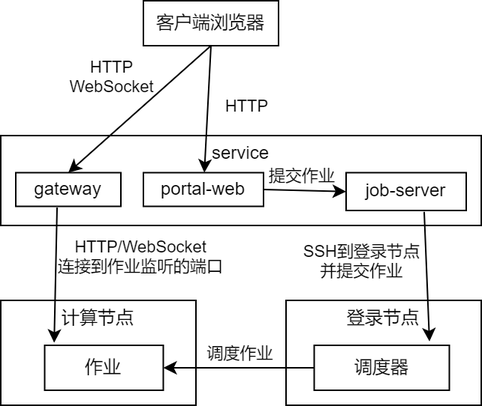
PKUHPC/OpenSCOW keeps this draw.io diagram as docs/diagrams/app.png. Above is the earlier version. Source tidied: cells renumbered, new cells last; positions are measured from the earlier drawing's top-left corner, leaving out a move shared by most shapes.
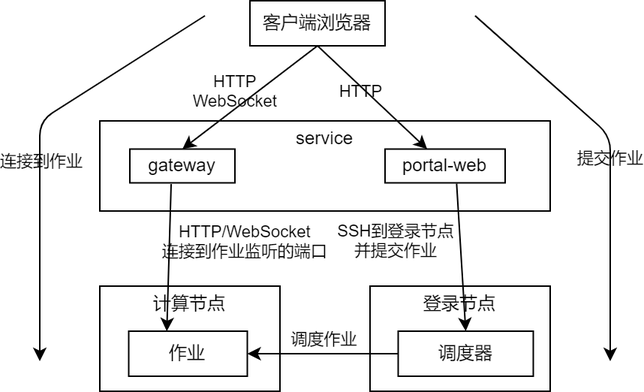
Above is the later version.

What changed in the source:
```diff
@@ -3,45 +3,37 @@
     <mxCell id="0" />
     <mxCell id="1" parent="0" />
     <mxCell id="2" value="service" style="rounded=0;whiteSpace=wrap;fillColor=none;verticalAlign=top;spacing=0;labelBackgroundColor=none;" parent="1" vertex="1">
-      <mxGeometry y="90" width="320" height="60" as="geometry" />
+      <mxGeometry x="10" y="90" width="300" height="60" as="geometry" />
     </mxCell>
     <mxCell id="3" value="登录节点" style="rounded=0;whiteSpace=wrap;fillColor=none;verticalAlign=top;spacing=0;labelBackgroundColor=none;" parent="1" vertex="1">
-      <mxGeometry x="190" y="200" width="130" height="70" as="geometry" />
+      <mxGeometry x="190" y="200" width="120" height="70" as="geometry" />
     </mxCell>
     <mxCell id="4" style="edgeStyle=none;exitX=0.5;exitY=1;exitDx=0;exitDy=0;entryX=0.5;entryY=0;entryDx=0;entryDy=0;spacing=0;labelBackgroundColor=none;" parent="1" edge="1" source="7" target="21">
       <mxGeometry relative="1" as="geometry" />
     </mxCell>
     <mxCell id="5" value="HTTP&#10;WebSocket" style="edgeLabel;align=center;verticalAlign=middle;spacing=0;labelBackgroundColor=none;" parent="4" vertex="1">
       <mxGeometry x="-0.21" y="-2" relative="1" as="geometry">
-        <mxPoint x="-27" y="-12" as="offset" />
+        <mxPoint x="-18" y="4" as="offset" />
       </mxGeometry>
     </mxCell>
     <mxCell id="6" style="edgeStyle=none;exitX=0.5;exitY=1;exitDx=0;exitDy=0;spacing=0;labelBackgroundColor=none;" parent="1" edge="1" source="7" target="12">
       <mxGeometry relative="1" as="geometry" />
     </mxCell>
     <mxCell id="7" value="客户端浏览器" style="whiteSpace=wrap;fillColor=none;spacing=0;labelBackgroundColor=none;" parent="1" vertex="1">
-      <mxGeometry x="95" width="90" height="30" as="geometry" />
+      <mxGeometry x="110" y="10" width="90" height="30" as="geometry" />
     </mxCell>
-    <mxCell id="8" style="edgeStyle=none;exitX=1;exitY=0.5;exitDx=0;exitDy=0;entryX=0;entryY=0.5;entryDx=0;entryDy=0;spacing=0;labelBackgroundColor=none;" parent="1" edge="1" source="12" target="15">
-      <mxGeometry relative="1" as="geometry" />
-    </mxCell>
-    <mxCell id="9" value="提交作业" style="edgeLabel;align=center;verticalAlign=middle;spacing=0;labelBackgroundColor=none;" parent="8" vertex="1">
-      <mxGeometry x="-0.39" relative="1" as="geometry">
-        <mxPoint x="9" y="-10" as="offset" />
-      </mxGeometry>
-    </mxCell>
-    <mxCell id="10" style="edgeStyle=none;exitX=0.393;exitY=1.035;exitDx=0;exitDy=0;startArrow=none;entryX=0.08;entryY=-0.058;entryDx=0;entryDy=0;entryPerimeter=0;spacing=0;labelBackgroundColor=none;exitPerimeter=0;" parent="1" edge="1" source="21" target="20">
+    <mxCell id="10" style="edgeStyle=none;exitX=0.393;exitY=1.035;exitDx=0;exitDy=0;startArrow=none;entryX=0.321;entryY=0.002;entryDx=0;entryDy=0;entryPerimeter=0;spacing=0;labelBackgroundColor=none;exitPerimeter=0;" parent="1" edge="1" source="21" target="20">
       <mxGeometry relative="1" as="geometry" />
     </mxCell>
     <mxCell id="11" value="HTTP/WebSocket&#10;连接到作业监听的端口" style="edgeLabel;align=center;verticalAlign=middle;spacing=0;labelBackgroundColor=none;" parent="10" vertex="1">
       <mxGeometry x="0.25" y="-2" relative="1" as="geometry">
-        <mxPoint x="59" y="-24" as="offset" />
+        <mxPoint x="53" y="-24" as="offset" />
       </mxGeometry>
     </mxCell>
     <mxCell id="12" value="portal-web" style="rounded=0;whiteSpace=wrap;fillColor=none;spacing=0;labelBackgroundColor=none;" parent="1" vertex="1">
-      <mxGeometry x="95" y="114.8" width="80" height="22.5" as="geometry" />
+      <mxGeometry x="200" y="108.8" width="80" height="22.5" as="geometry" />
     </mxCell>
-    <mxCell id="13" style="edgeStyle=none;exitX=0.65;exitY=1.036;exitDx=0;exitDy=0;entryX=0.853;entryY=-0.087;entryDx=0;entryDy=0;exitPerimeter=0;entryPerimeter=0;spacing=0;labelBackgroundColor=none;" parent="1" edge="1" source="15" target="16">
+    <mxCell id="13" style="edgeStyle=none;exitX=0.596;exitY=1.024;exitDx=0;exitDy=0;entryX=0.5;entryY=0;entryDx=0;entryDy=0;exitPerimeter=0;spacing=0;labelBackgroundColor=none;" parent="1" edge="1" source="12" target="16">
       <mxGeometry relative="1" as="geometry" />
     </mxCell>
     <mxCell id="14" value="SSH到登录节点&#10;并提交作业" style="edgeLabel;align=center;verticalAlign=middle;spacing=0;labelBackgroundColor=none;" parent="13" vertex="1">
@@ -49,14 +41,11 @@
         <mxPoint x="-41" y="-4" as="offset" />
       </mxGeometry>
     </mxCell>
-    <mxCell id="15" value="job-server" style="rounded=0;whiteSpace=wrap;fillColor=none;spacing=0;labelBackgroundColor=none;" parent="1" vertex="1">
-      <mxGeometry x="230" y="114.8" width="80" height="25.2" as="geometry" />
-    </mxCell>
     <mxCell id="16" value="调度器" style="rounded=0;whiteSpace=wrap;spacing=0;labelBackgroundColor=none;fillColor=none;" parent="1" vertex="1">
       <mxGeometry x="208.8" y="230" width="90" height="30" as="geometry" />
     </mxCell>
     <mxCell id="17" value="计算节点" style="rounded=0;whiteSpace=wrap;fillColor=none;verticalAlign=top;spacing=0;labelBackgroundColor=none;" parent="1" vertex="1">
-      <mxGeometry y="200" width="130" height="70" as="geometry" />
+      <mxGeometry x="10" y="200" width="120" height="70" as="geometry" />
     </mxCell>
     <mxCell id="18" style="edgeStyle=none;exitX=0;exitY=0.5;exitDx=0;exitDy=0;entryX=1;entryY=0.5;entryDx=0;entryDy=0;spacing=0;labelBackgroundColor=none;" parent="1" edge="1" source="16" target="20">
       <mxGeometry relative="1" as="geometry" />
@@ -70,12 +59,36 @@
       <mxGeometry x="29.2" y="230" width="79" height="30" as="geometry" />
     </mxCell>
     <mxCell id="21" value="gateway" style="rounded=0;whiteSpace=wrap;fillColor=none;spacing=0;labelBackgroundColor=none;" parent="1" vertex="1">
-      <mxGeometry x="10" y="114.8" width="70" height="22.5" as="geometry" />
+      <mxGeometry x="30" y="108.8" width="70" height="22.5" as="geometry" />
     </mxCell>
     <mxCell id="22" value="HTTP" style="edgeLabel;align=center;verticalAlign=middle;spacing=0;labelBackgroundColor=none;" parent="1" vertex="1">
-      <mxGeometry x="110" y="69.8" as="geometry">
+      <mxGeometry x="130" y="69.8" as="geometry">
         <mxPoint x="54" as="offset" />
       </mxGeometry>
     </mxCell>
+    <mxCell id="23" style="endArrow=classic;html=1;" parent="1" edge="1">
+      <mxGeometry relative="1" as="geometry">
+        <mxPoint x="80" y="20" as="sourcePoint" />
+        <mxPoint x="-30" y="250" as="targetPoint" />
+        <Array as="points">
+          <mxPoint x="-30" y="90" />
+        </Array>
+      </mxGeometry>
+    </mxCell>
+    <mxCell id="24" value="连接到作业" style="edgeLabel;html=1;align=center;verticalAlign=middle;fontColor=default;labelBackgroundColor=none;" parent="23" vertex="1">
+      <mxGeometry x="0.09" y="1" relative="1" as="geometry" />
+    </mxCell>
+    <mxCell id="25" style="endArrow=classic;html=1;" parent="1" edge="1">
+      <mxGeometry relative="1" as="geometry">
+        <mxPoint x="260" y="20" as="sourcePoint" />
+        <mxPoint x="350" y="250" as="targetPoint" />
+        <Array as="points">
+          <mxPoint x="350" y="100" />
+        </Array>
+      </mxGeometry>
+    </mxCell>
+    <mxCell id="9" value="提交作业" style="edgeLabel;html=1;align=center;verticalAlign=middle;labelBackgroundColor=none;" parent="25" vertex="1">
+      <mxGeometry relative="1" as="geometry" />
+    </mxCell>
   </root>
 </mxGraphModel>
```
